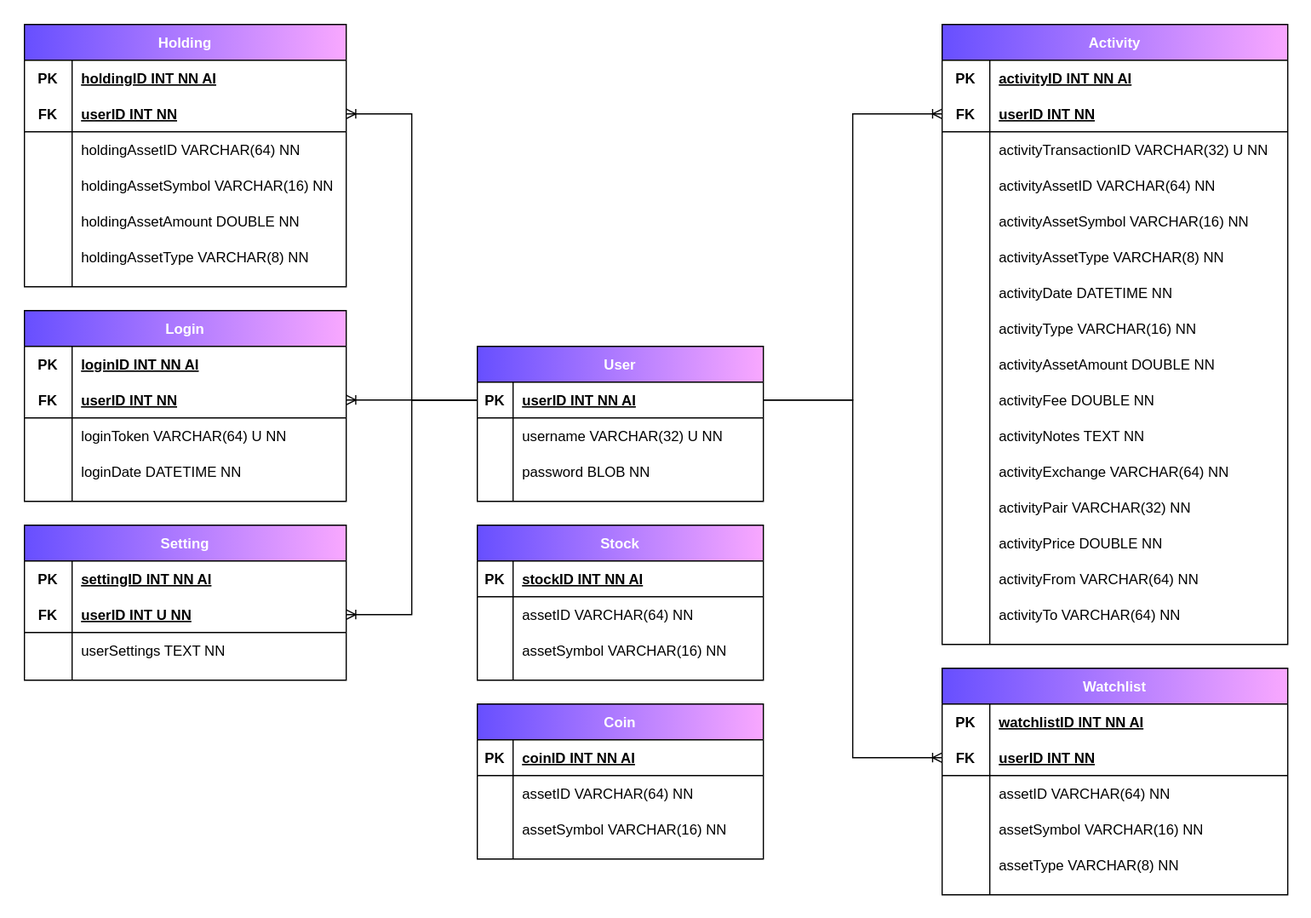
Xtrendence/CryptoShare keeps this draw.io diagram as docs/ERD/ERD-Plaintext.svg. Above is the earlier version. Source tidied: cells renumbered, new cells last; positions are measured from the earlier drawing's top-left corner, leaving out a move shared by most shapes.
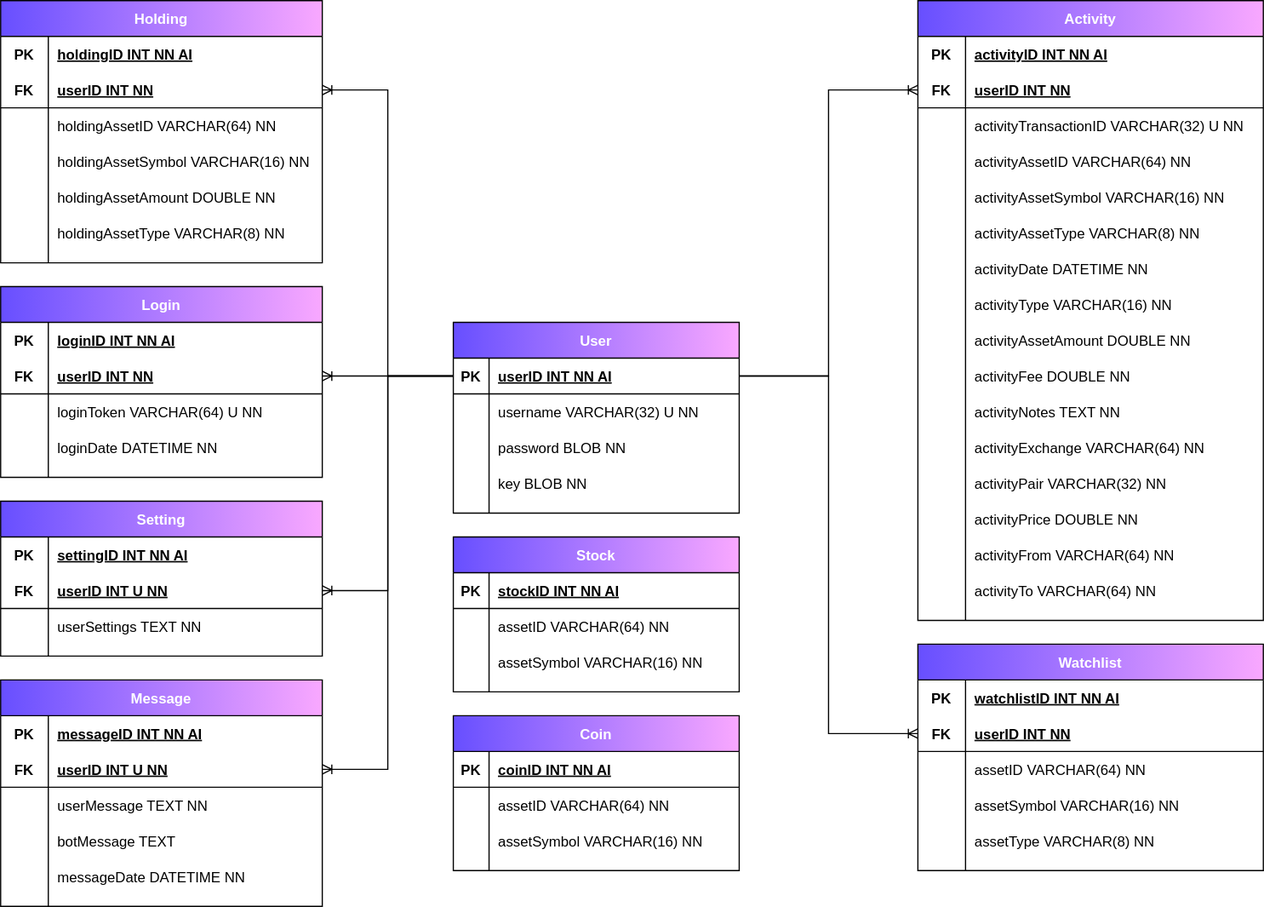
After the change.

Commit message:
The ERDs now include the "Message" table.

Change to the diagram source:
```diff
@@ -3,7 +3,7 @@
     <mxCell id="0" />
     <mxCell id="1" parent="0" />
     <mxCell id="2" value="User" style="shape=table;startSize=30;rowLines=0;fontStyle=1;align=center;fillColor=#F9A8FF;gradientColor=#674FFF;gradientDirection=west;fontColor=#FFFFFF;labelBackgroundColor=none;" parent="1" vertex="1">
-      <mxGeometry x="380" y="270" width="240" height="130" as="geometry" />
+      <mxGeometry x="380" y="270" width="240" height="160" as="geometry" />
     </mxCell>
     <mxCell id="3" style="shape=partialRectangle;fillColor=none;top=0;left=0;bottom=1;right=0;points=[[0,0.5],[1,0.5]];portConstraint=eastwest;" parent="2" vertex="1">
       <mxGeometry y="30" width="240" height="30" as="geometry" />
@@ -32,6 +32,15 @@
     <mxCell id="11" value="password BLOB NN" style="shape=partialRectangle;fillColor=none;top=0;left=0;bottom=0;right=0;align=left;spacingLeft=6;overflow=hidden;" parent="9" vertex="1">
       <mxGeometry x="30" width="210" height="30" as="geometry" />
     </mxCell>
+    <mxCell id="144" style="shape=partialRectangle;fillColor=none;top=0;left=0;bottom=0;right=0;" parent="2" vertex="1">
+      <mxGeometry y="120" width="240" height="30" as="geometry" />
+    </mxCell>
+    <mxCell id="145" style="shape=partialRectangle;fillColor=none;top=0;left=0;bottom=0;right=0;overflow=hidden;" parent="144" vertex="1">
+      <mxGeometry width="30" height="30" as="geometry" />
+    </mxCell>
+    <mxCell id="146" value="key BLOB NN" style="shape=partialRectangle;fillColor=none;top=0;left=0;bottom=0;right=0;align=left;spacingLeft=6;overflow=hidden;" parent="144" vertex="1">
+      <mxGeometry x="30" width="210" height="30" as="geometry" />
+    </mxCell>
     <mxCell id="12" value="Activity" style="shape=table;startSize=30;rowLines=0;fontStyle=1;align=center;fillColor=#F9A8FF;gradientColor=#674FFF;gradientDirection=west;fontColor=#FFFFFF;" parent="1" vertex="1">
       <mxGeometry x="770" width="290" height="520" as="geometry" />
     </mxCell>
@@ -237,7 +246,7 @@
       <mxGeometry x="40" width="230" height="30" as="geometry" />
     </mxCell>
     <mxCell id="80" value="Coin" style="shape=table;startSize=30;rowLines=0;fontStyle=1;align=center;fillColor=#F9A8FF;gradientColor=#674FFF;gradientDirection=west;fontColor=#FFFFFF;labelBackgroundColor=none;" parent="1" vertex="1">
-      <mxGeometry x="380" y="570" width="240" height="130" as="geometry" />
+      <mxGeometry x="380" y="600" width="240" height="130" as="geometry" />
     </mxCell>
     <mxCell id="81" style="shape=partialRectangle;fillColor=none;top=0;left=0;bottom=1;right=0;" parent="80" vertex="1">
       <mxGeometry y="30" width="240" height="30" as="geometry" />
@@ -267,7 +276,7 @@
       <mxGeometry x="30" width="210" height="30" as="geometry" />
     </mxCell>
     <mxCell id="90" value="Stock" style="shape=table;startSize=30;rowLines=0;fontStyle=1;align=center;fillColor=#F9A8FF;gradientColor=#674FFF;gradientDirection=west;fontColor=#FFFFFF;labelBackgroundColor=none;" parent="1" vertex="1">
-      <mxGeometry x="380" y="420" width="240" height="130" as="geometry" />
+      <mxGeometry x="380" y="450" width="240" height="130" as="geometry" />
     </mxCell>
     <mxCell id="91" style="shape=partialRectangle;fillColor=none;top=0;left=0;bottom=1;right=0;" parent="90" vertex="1">
       <mxGeometry y="30" width="240" height="30" as="geometry" />
@@ -428,5 +437,56 @@
     <mxCell id="143" style="edgeStyle=orthogonalEdgeStyle;fontSize=12;html=1;endArrow=ERoneToMany;rounded=0;fontColor=#FFFFFF;startSize=30;exitX=1;exitY=0.5;exitDx=0;exitDy=0;entryX=0;entryY=0.5;entryDx=0;entryDy=0;" parent="1" edge="1" source="3" target="127">
       <mxGeometry relative="1" as="geometry" />
     </mxCell>
+    <mxCell id="147" value="Message" style="shape=table;startSize=30;rowLines=0;fontStyle=1;align=center;fillColor=#F9A8FF;gradientColor=#674FFF;gradientDirection=west;fontColor=#FFFFFF;" parent="1" vertex="1">
+      <mxGeometry y="570" width="270" height="190" as="geometry" />
+    </mxCell>
+    <mxCell id="148" style="shape=partialRectangle;fillColor=none;top=0;left=0;bottom=0;right=0;startSize=30;" parent="147" vertex="1">
+      <mxGeometry y="30" width="270" height="30" as="geometry" />
+    </mxCell>
+    <mxCell id="149" value="PK" style="shape=partialRectangle;fillColor=none;top=0;left=0;bottom=0;right=0;fontStyle=1;overflow=hidden;startSize=30;" parent="148" vertex="1">
+      <mxGeometry width="40" height="30" as="geometry" />
+    </mxCell>
+    <mxCell id="150" value="messageID INT NN AI" style="shape=partialRectangle;fillColor=none;top=0;left=0;bottom=0;right=0;align=left;spacingLeft=6;fontStyle=5;overflow=hidden;startSize=30;" parent="148" vertex="1">
+      <mxGeometry x="40" width="230" height="30" as="geometry" />
+    </mxCell>
+    <mxCell id="151" style="shape=partialRectangle;fillColor=none;top=0;left=0;bottom=1;right=0;points=[[0,0.5],[1,0.5]];portConstraint=eastwest;startSize=30;" parent="147" vertex="1">
+      <mxGeometry y="60" width="270" height="30" as="geometry" />
+    </mxCell>
+    <mxCell id="152" value="FK" style="shape=partialRectangle;fillColor=none;top=0;left=0;bottom=0;right=0;fontStyle=1;overflow=hidden;startSize=30;" parent="151" vertex="1">
+      <mxGeometry width="40" height="30" as="geometry" />
+    </mxCell>
+    <mxCell id="153" value="userID INT U NN" style="shape=partialRectangle;fillColor=none;top=0;left=0;bottom=0;right=0;align=left;spacingLeft=6;fontStyle=5;overflow=hidden;startSize=30;" parent="151" vertex="1">
+      <mxGeometry x="40" width="230" height="30" as="geometry" />
+    </mxCell>
+    <mxCell id="154" style="shape=partialRectangle;fillColor=none;top=0;left=0;bottom=0;right=0;startSize=30;" parent="147" vertex="1">
+      <mxGeometry y="90" width="270" height="30" as="geometry" />
+    </mxCell>
+    <mxCell id="155" style="shape=partialRectangle;fillColor=none;top=0;left=0;bottom=0;right=0;overflow=hidden;startSize=30;" parent="154" vertex="1">
+      <mxGeometry width="40" height="30" as="geometry" />
+    </mxCell>
+    <mxCell id="156" value="userMessage TEXT NN" style="shape=partialRectangle;fillColor=none;top=0;left=0;bottom=0;right=0;align=left;spacingLeft=6;overflow=hidden;startSize=30;" parent="154" vertex="1">
+      <mxGeometry x="40" width="230" height="30" as="geometry" />
+    </mxCell>
+    <mxCell id="157" style="shape=partialRectangle;fillColor=none;top=0;left=0;bottom=0;right=0;startSize=30;" parent="147" vertex="1">
+      <mxGeometry y="120" width="270" height="30" as="geometry" />
+    </mxCell>
+    <mxCell id="158" style="shape=partialRectangle;fillColor=none;top=0;left=0;bottom=0;right=0;overflow=hidden;startSize=30;" parent="157" vertex="1">
+      <mxGeometry width="40" height="30" as="geometry" />
+    </mxCell>
+    <mxCell id="159" value="botMessage TEXT" style="shape=partialRectangle;fillColor=none;top=0;left=0;bottom=0;right=0;align=left;spacingLeft=6;overflow=hidden;startSize=30;" parent="157" vertex="1">
+      <mxGeometry x="40" width="230" height="30" as="geometry" />
+    </mxCell>
+    <mxCell id="160" style="shape=partialRectangle;fillColor=none;top=0;left=0;bottom=0;right=0;startSize=30;" parent="147" vertex="1">
+      <mxGeometry y="150" width="270" height="30" as="geometry" />
+    </mxCell>
+    <mxCell id="161" style="shape=partialRectangle;fillColor=none;top=0;left=0;bottom=0;right=0;overflow=hidden;startSize=30;" parent="160" vertex="1">
+      <mxGeometry width="40" height="30" as="geometry" />
+    </mxCell>
+    <mxCell id="162" value="messageDate DATETIME NN" style="shape=partialRectangle;fillColor=none;top=0;left=0;bottom=0;right=0;align=left;spacingLeft=6;overflow=hidden;startSize=30;" parent="160" vertex="1">
+      <mxGeometry x="40" width="230" height="30" as="geometry" />
+    </mxCell>
+    <mxCell id="163" style="edgeStyle=orthogonalEdgeStyle;fontSize=12;html=1;endArrow=ERoneToMany;rounded=0;fontColor=#FFFFFF;startSize=30;exitX=0;exitY=0.5;exitDx=0;exitDy=0;entryX=1;entryY=0.5;entryDx=0;entryDy=0;" parent="1" edge="1" source="3" target="151">
+      <mxGeometry relative="1" as="geometry" />
+    </mxCell>
   </root>
 </mxGraphModel>
```
